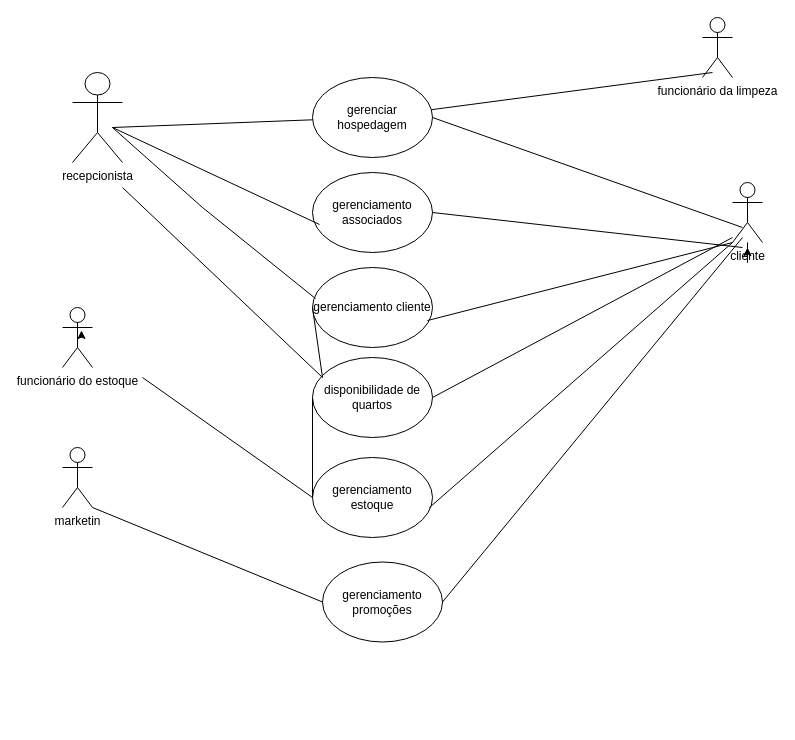
Before: page "Página-4" (4 of 4) of bla.drawio in liviabla/diagramasderequisitos, a draw.io diagram. Source tidied: cells renumbered, new cells numbered last; positions are measured from the earlier drawing's top-left corner, leaving out a move shared by most shapes. Both pictures are drawn from the tidied source at 100%, with x=0, y=0 at pixel (62, 17).
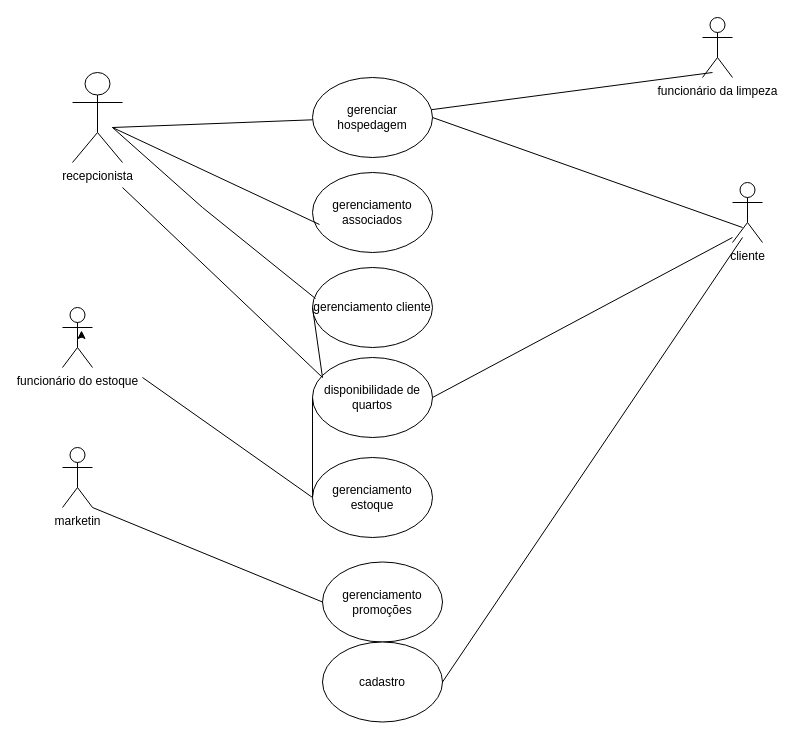
Above is the later version.

Unchanged cells that the change refers to:
```xml
<mxCell id="5" value="cliente" style="shape=umlActor;verticalLabelPosition=bottom;verticalAlign=top;html=1;outlineConnect=0;direction=east;" parent="1" vertex="1">
  <mxGeometry x="670" y="165" width="30" height="60" as="geometry" />
</mxCell>
<mxCell id="7" value="gerenciamento associados" style="ellipse;whiteSpace=wrap;html=1;" parent="1" vertex="1">
  <mxGeometry x="250" y="155" width="120" height="80" as="geometry" />
</mxCell>
<mxCell id="8" value="gerenciamento cliente" style="ellipse;whiteSpace=wrap;html=1;" parent="1" vertex="1">
  <mxGeometry x="250" y="250" width="120" height="80" as="geometry" />
</mxCell>
<mxCell id="10" value="gerenciamento estoque" style="ellipse;whiteSpace=wrap;html=1;" parent="1" vertex="1">
  <mxGeometry x="250" y="440" width="120" height="80" as="geometry" />
</mxCell>
<mxCell id="11" value="gerenciamento promoções" style="ellipse;whiteSpace=wrap;html=1;" parent="1" vertex="1">
  <mxGeometry x="260" y="544.5" width="120" height="80" as="geometry" />
</mxCell>
```

Change to the diagram source:
```diff
@@
-    <mxCell id="4" style="edgeStyle=orthogonalEdgeStyle;rounded=0;jettySize=auto;html=1;" parent="1" edge="1" source="5">
-      <mxGeometry relative="1" as="geometry">
-        <mxPoint x="685" y="230" as="targetPoint" />
-      </mxGeometry>
-    </mxCell>
@@
-    <mxCell id="20" style="endArrow=none;html=1;rounded=0;exitX=1;exitY=0.5;exitDx=0;exitDy=0;" parent="1" edge="1" source="7">
-      <mxGeometry relative="1" as="geometry">
-        <mxPoint x="680" y="230" as="targetPoint" />
-      </mxGeometry>
-    </mxCell>
-    <mxCell id="21" style="endArrow=none;html=1;rounded=0;exitX=0.958;exitY=0.663;exitDx=0;exitDy=0;exitPerimeter=0;" parent="1" edge="1" source="8">
-      <mxGeometry relative="1" as="geometry">
-        <mxPoint x="670" y="225" as="targetPoint" />
-      </mxGeometry>
-    </mxCell>
@@
-    <mxCell id="23" style="endArrow=none;html=1;rounded=0;exitX=0.975;exitY=0.625;exitDx=0;exitDy=0;exitPerimeter=0;" parent="1" edge="1" source="10">
-      <mxGeometry relative="1" as="geometry">
-        <mxPoint x="670" y="225" as="targetPoint" />
-      </mxGeometry>
-    </mxCell>
-    <mxCell id="24" style="endArrow=none;html=1;rounded=0;exitX=1;exitY=0.5;exitDx=0;exitDy=0;" parent="1" edge="1" source="11">
-      <mxGeometry relative="1" as="geometry">
-        <mxPoint x="680" y="220" as="targetPoint" />
-      </mxGeometry>
-    </mxCell>
@@
+    <mxCell id="27" value="cadastro" style="ellipse;whiteSpace=wrap;html=1;" parent="1" vertex="1">
+      <mxGeometry x="260" y="624.5" width="120" height="80" as="geometry" />
+    </mxCell>
+    <mxCell id="28" style="endArrow=none;html=1;rounded=0;exitX=1;exitY=0.5;exitDx=0;exitDy=0;" parent="1" edge="1" source="27">
+      <mxGeometry relative="1" as="geometry">
+        <mxPoint x="680" y="220" as="targetPoint" />
+      </mxGeometry>
+    </mxCell>
```
